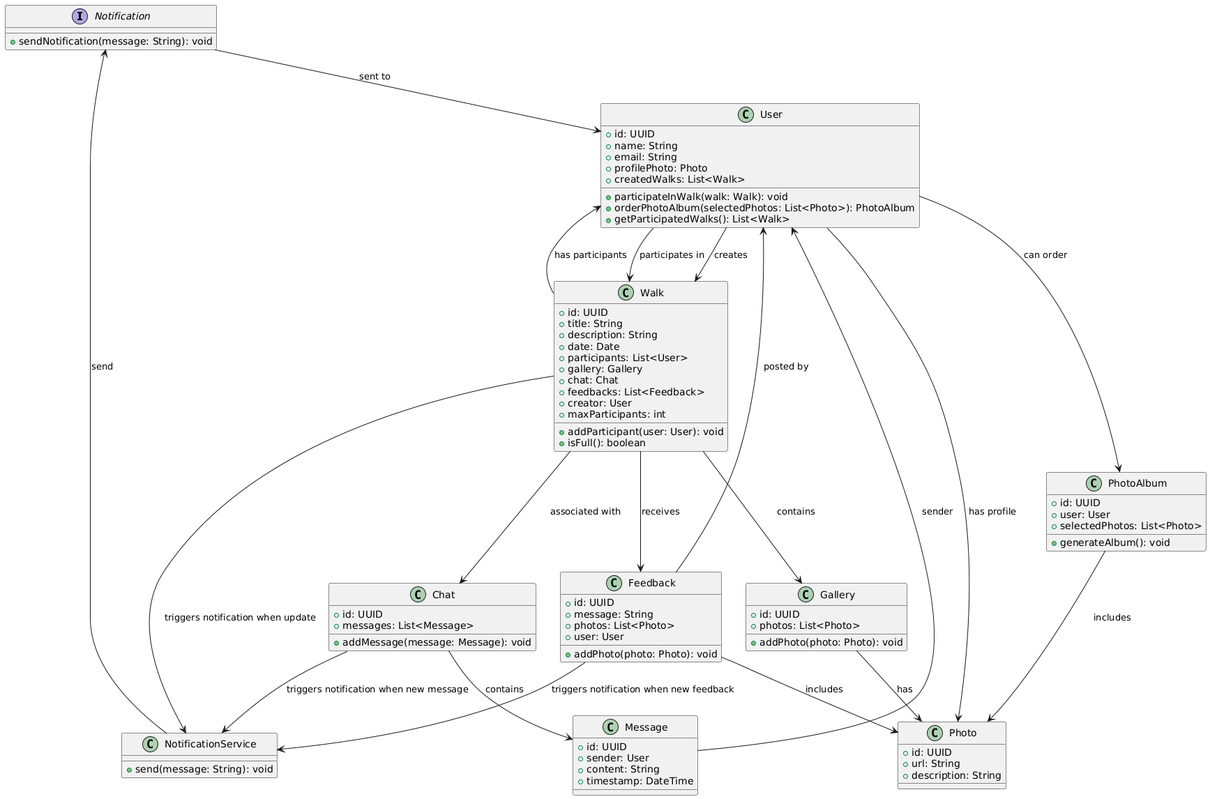
This is diagrammes/DiagrammeClasse_Walks.png from SarahHerberichs/woof_walks, a PlantUML export, as it was before one commit. The source it was exported from:
```plantuml
@startuml
interface Notification {
  + sendNotification(message: String): void
}

class NotificationService {
  + send(message: String): void
}

class User {
  + id: UUID
  + name: String
  + email: String
  + profilePhoto: Photo
  + participateInWalk(walk: Walk): void
  + orderPhotoAlbum(selectedPhotos: List<Photo>): PhotoAlbum
  + getParticipatedWalks(): List<Walk>
  + createdWalks: List<Walk>
}

class Walk {
  + id: UUID
  + title: String
  + description: String
  + date: Date
  + participants: List<User>
  + gallery: Gallery
  + chat: Chat
  + feedbacks: List<Feedback>
  + creator: User
  + maxParticipants: int
  + addParticipant(user: User): void
  + isFull(): boolean
}

class Gallery {
  + id: UUID
  + photos: List<Photo>
  + addPhoto(photo: Photo): void
}

class Photo {
  + id: UUID
  + url: String
  + description: String
}

class Feedback {
  + id: UUID
  + message: String
  + photos: List<Photo>
  + user: User
  + addPhoto(photo: Photo): void
}

class Chat {
  + id: UUID
  + messages: List<Message>
  + addMessage(message: Message): void
}

class Message {
  + id: UUID
  + sender: User
  + content: String
  + timestamp: DateTime
}

class PhotoAlbum {
  + id: UUID
  + user: User
  + selectedPhotos: List<Photo>
  + generateAlbum(): void
}

Walk --> NotificationService : triggers notification when update
Chat --> NotificationService : triggers notification when new message
Feedback --> NotificationService : triggers notification when new feedback
NotificationService --> Notification :send
Notification --> User : sent to
User --> Walk : participates in
User --> Walk : creates
User --> Photo : has profile
Walk --> Gallery : contains
Gallery --> Photo : has
Walk --> Chat : associated with
Walk --> Feedback : receives
Feedback --> Photo : includes
Feedback --> User : posted by
Chat --> Message : contains
Message --> User : sender
PhotoAlbum --> Photo : includes
User --> PhotoAlbum : can order
Walk --> User : has participants
@enduml
```
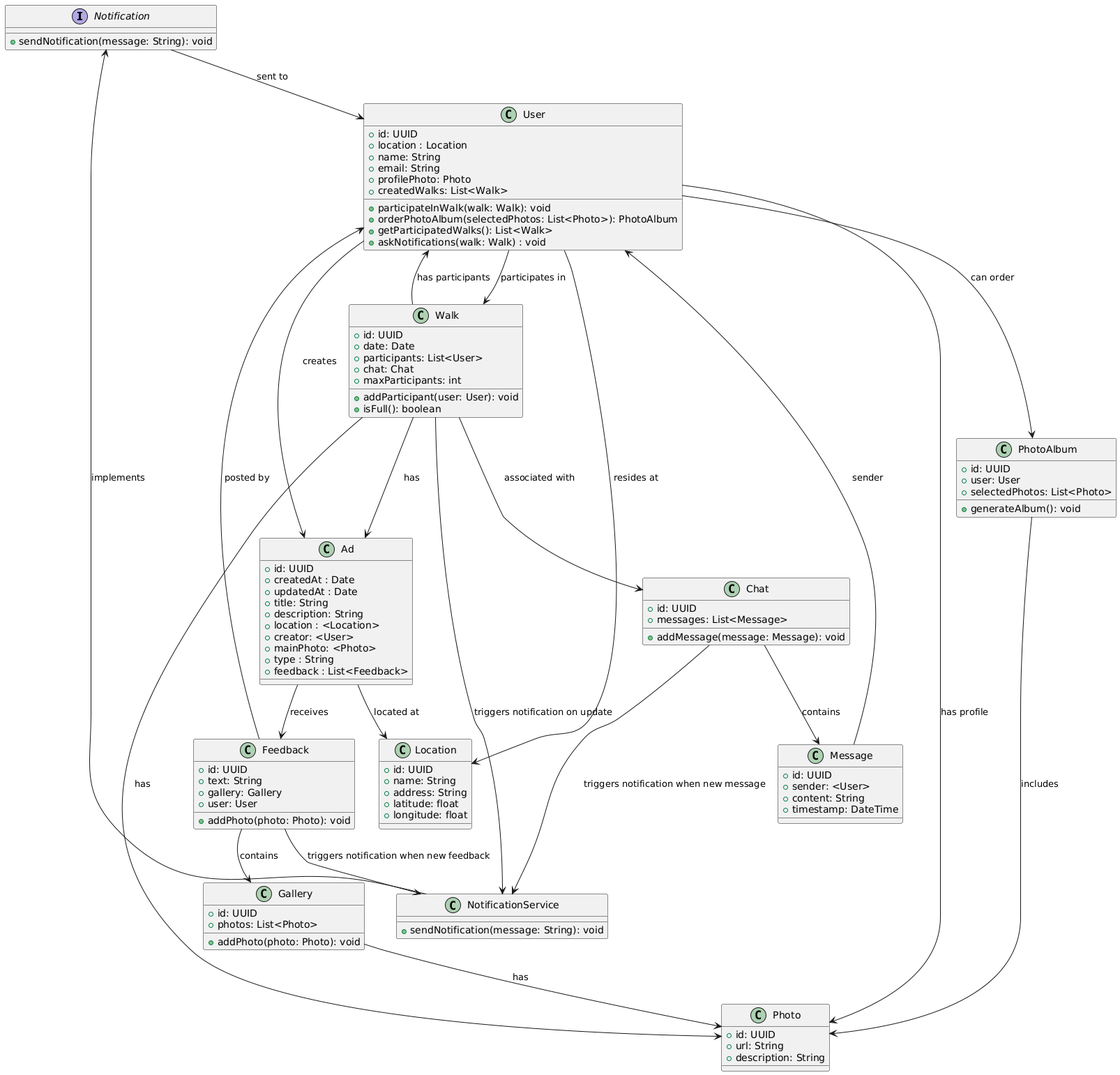
The same file after the commit.

Change to the diagram source:
```diff
@@ -4,11 +4,13 @@
 }
 
 class NotificationService {
-  + send(message: String): void
+  + sendNotification(message: String): void
 }
+
 
 class User {
   + id: UUID
+  + location : Location
   + name: String
   + email: String
   + profilePhoto: Photo
@@ -16,18 +18,35 @@
   + orderPhotoAlbum(selectedPhotos: List<Photo>): PhotoAlbum
   + getParticipatedWalks(): List<Walk>
   + createdWalks: List<Walk>
+  + askNotifications(walk: Walk) : void
+}
+
+class Ad {
++ id: UUID
++ createdAt : Date
++ updatedAt : Date
++ title: String
++ description: String
++ location : <Location>
++ creator: <User>
++ mainPhoto: <Photo>
++ type : String
++ feedback : List<Feedback>
+}
+
+class Location {
+  + id: UUID
+  + name: String
+  + address: String
+  + latitude: float
+  + longitude: float
 }
 
 class Walk {
   + id: UUID
-  + title: String
-  + description: String
   + date: Date
   + participants: List<User>
-  + gallery: Gallery
   + chat: Chat
-  + feedbacks: List<Feedback>
-  + creator: User
   + maxParticipants: int
   + addParticipant(user: User): void
   + isFull(): boolean
@@ -47,8 +66,8 @@
 
 class Feedback {
   + id: UUID
-  + message: String
-  + photos: List<Photo>
+  + text: String
+  + gallery: Gallery
   + user: User
   + addPhoto(photo: Photo): void
 }
@@ -61,7 +80,7 @@
 
 class Message {
   + id: UUID
-  + sender: User
+  + sender: <User>
   + content: String
   + timestamp: DateTime
 }
@@ -73,19 +92,22 @@
   + generateAlbum(): void
 }
 
-Walk --> NotificationService : triggers notification when update
+Walk --> Ad : has
+Ad --> Location : located at
+Walk --> NotificationService : triggers notification on update
 Chat --> NotificationService : triggers notification when new message
 Feedback --> NotificationService : triggers notification when new feedback
-NotificationService --> Notification :send
+NotificationService --> Notification : implements
 Notification --> User : sent to
 User --> Walk : participates in
-User --> Walk : creates
+User --> Ad : creates
 User --> Photo : has profile
-Walk --> Gallery : contains
+User --> Location : resides at
+Feedback --> Gallery : contains
 Gallery --> Photo : has
+Walk --> Photo : has
 Walk --> Chat : associated with
-Walk --> Feedback : receives
-Feedback --> Photo : includes
+Ad --> Feedback : receives
 Feedback --> User : posted by
 Chat --> Message : contains
 Message --> User : sender
```
